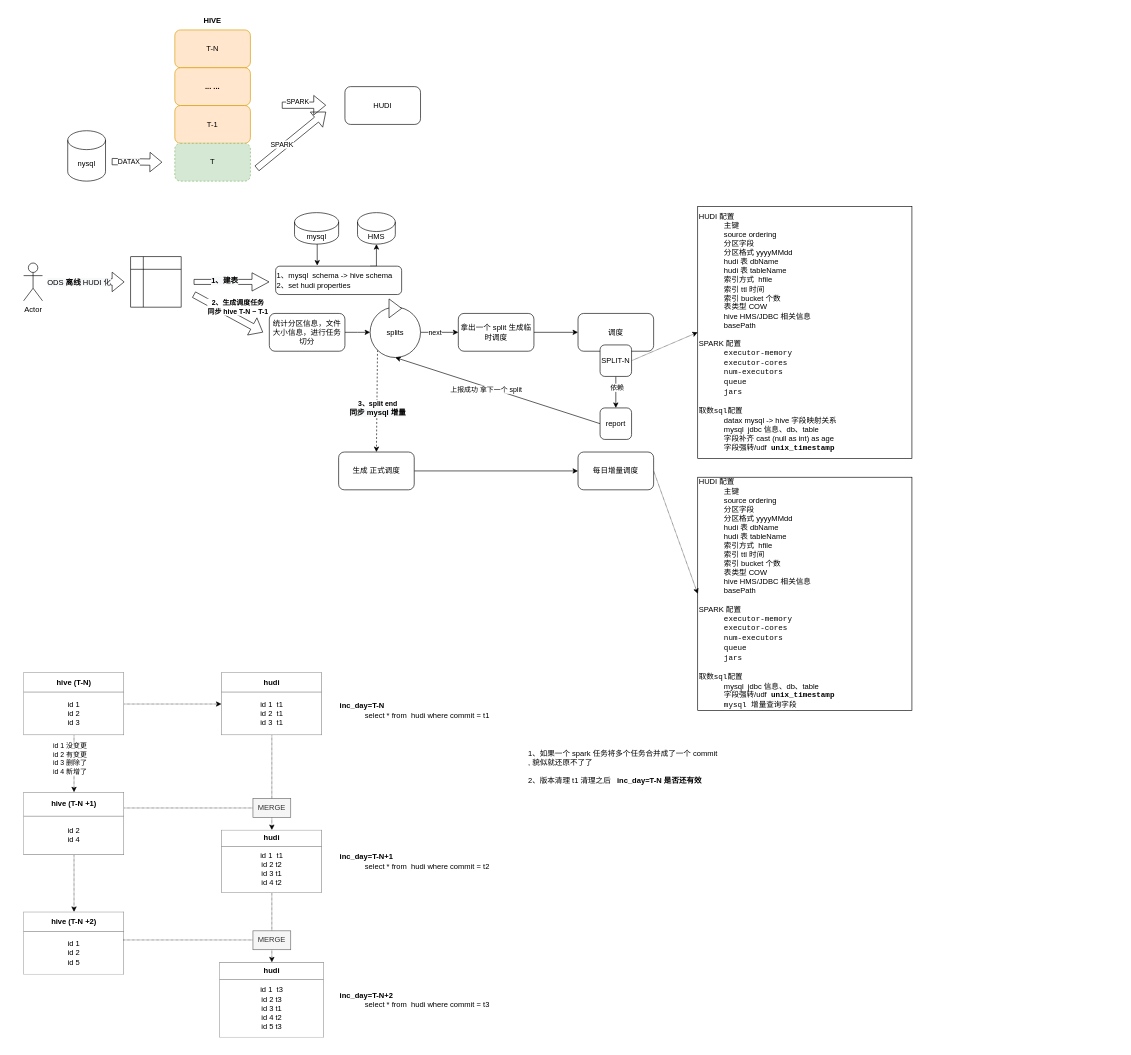
Earlier version of the draw.io diagram page "离线同步方案" (3 of 4) of Hudi schema evolution.drawio (loukey-lj/WX). Source tidied: cells renumbered, new cells numbered last; positions are measured from the earlier drawing's top-left corner, leaving out a move shared by most shapes. Both pictures are drawn from the tidied source at 63%, with x=0, y=0 at pixel (23, 11).
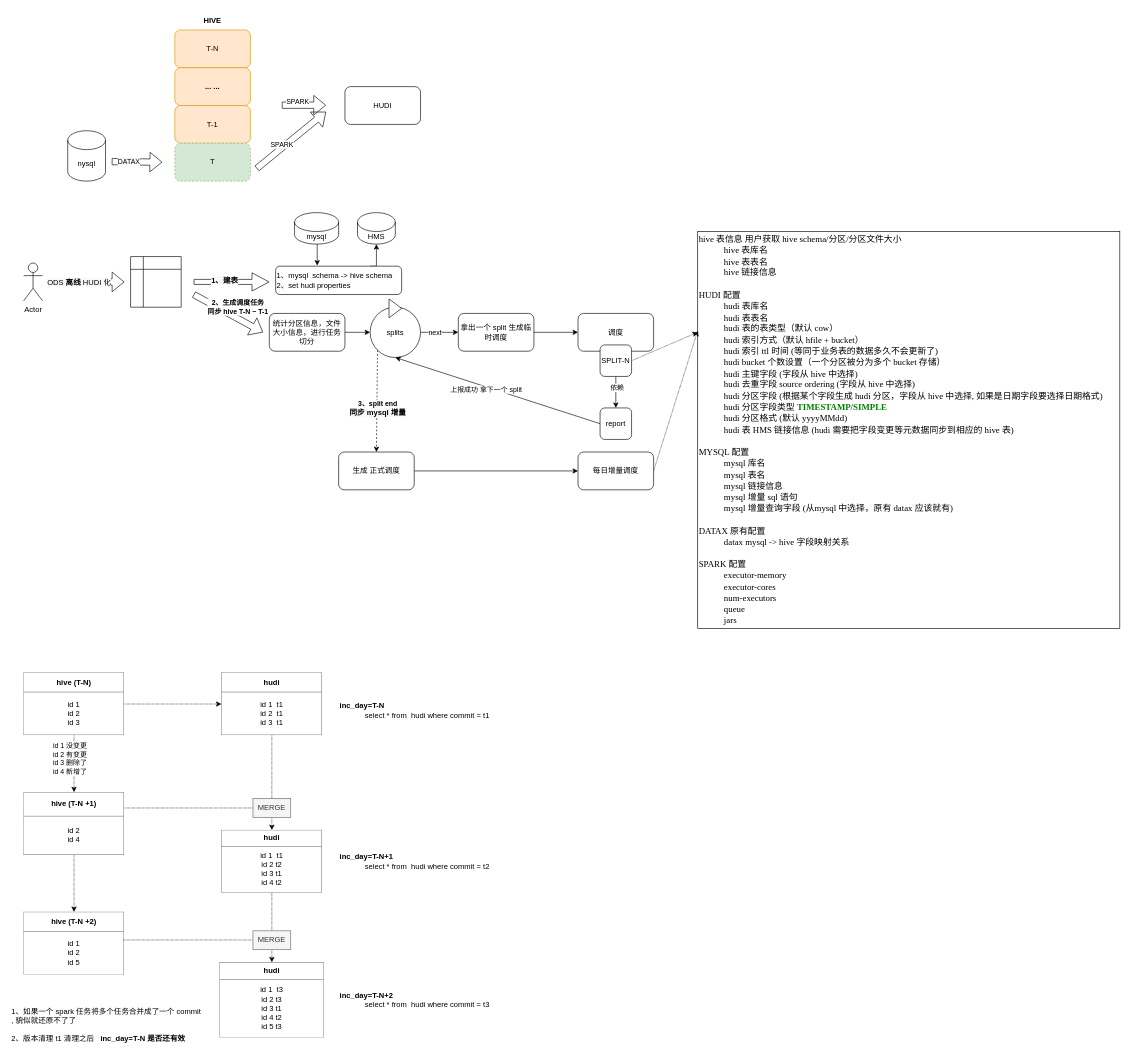
The same diagram, later.

Unchanged cells that the change refers to:
```xml
<mxCell id="43" value="SPLIT-N" style="rounded=1;whiteSpace=wrap;html=1;fontColor=#000000;strokeColor=default;" parent="1" vertex="1">
  <mxGeometry x="915" y="530" width="50" height="50" as="geometry" />
</mxCell>
<mxCell id="50" value="每日增量调度" style="rounded=1;whiteSpace=wrap;html=1;fontColor=#000000;strokeColor=default;" parent="1" vertex="1">
  <mxGeometry x="880" y="700" width="120" height="60" as="geometry" />
</mxCell>
```

What changed in the source:
```diff
@@
-    <mxCell id="15" value="HUDI 配置&lt;br&gt;&lt;blockquote style=&quot;margin: 0 0 0 40px; border: none; padding: 0px;&quot;&gt;主键&lt;br&gt;source ordering&lt;br&gt;分区字段&lt;br&gt;分区格式 yyyyMMdd&lt;/blockquote&gt;&lt;blockquote style=&quot;margin: 0 0 0 40px; border: none; padding: 0px;&quot;&gt;hudi 表 dbName&lt;br&gt;hudi 表 tableName&lt;/blockquote&gt;&lt;blockquote style=&quot;margin: 0 0 0 40px; border: none; padding: 0px;&quot;&gt;索引方式&amp;nbsp; hfile&amp;nbsp;&amp;nbsp;&lt;br&gt;索引 ttl 时间&lt;br&gt;索引 bucket 个数&lt;/blockquote&gt;&lt;blockquote style=&quot;margin: 0 0 0 40px; border: none; padding: 0px;&quot;&gt;表类型 COW&lt;/blockquote&gt;&lt;blockquote style=&quot;margin: 0 0 0 40px; border: none; padding: 0px;&quot;&gt;hive HMS/JDBC 相关信息&lt;br&gt;basePath&lt;/blockquote&gt;&lt;br&gt;SPARK 配置&lt;br&gt;&lt;blockquote style=&quot;margin: 0 0 0 40px; border: none; padding: 0px;&quot;&gt;&lt;span style=&quot;background-color: rgb(255, 255, 255); font-family: &amp;quot;Courier New&amp;quot;; font-size: 9pt;&quot;&gt;executor-memory&lt;br&gt;&lt;/span&gt;&lt;span style=&quot;background-color: rgb(255, 255, 255); font-family: &amp;quot;Courier New&amp;quot;; font-size: 9pt;&quot;&gt;executor-cores&lt;br&gt;&lt;/span&gt;&lt;span style=&quot;background-color: rgb(255, 255, 255); font-family: &amp;quot;Courier New&amp;quot;; font-size: 9pt;&quot;&gt;num-executors&lt;br&gt;&lt;/span&gt;&lt;span style=&quot;background-color: rgb(255, 255, 255); font-family: &amp;quot;Courier New&amp;quot;; font-size: 9pt;&quot;&gt;queue&lt;/span&gt;&lt;/blockquote&gt;&lt;blockquote style=&quot;margin: 0 0 0 40px; border: none; padding: 0px;&quot;&gt;&lt;span style=&quot;background-color: rgb(255, 255, 255); font-family: &amp;quot;Courier New&amp;quot;; font-size: 9pt;&quot;&gt;jars&lt;/span&gt;&lt;/blockquote&gt;&lt;blockquote style=&quot;margin: 0 0 0 40px; border: none; padding: 0px;&quot;&gt;&lt;span style=&quot;background-color: rgb(255, 255, 255); font-family: &amp;quot;Courier New&amp;quot;; font-size: 9pt;&quot;&gt;&lt;br&gt;&lt;/span&gt;&lt;/blockquote&gt;&lt;font face=&quot;Courier New&quot;&gt;&lt;span style=&quot;background-color: rgb(255, 255, 255);&quot;&gt;取数sql配置&lt;br&gt;&lt;span style=&quot;&quot;&gt; &lt;/span&gt;&lt;/span&gt;&lt;/font&gt;&lt;blockquote style=&quot;margin: 0 0 0 40px; border: none; padding: 0px;&quot;&gt;datax mysql -&amp;gt; hive 字段映射关系&lt;br&gt;&lt;span style=&quot;background-color: initial;&quot;&gt;mysql&amp;nbsp; jdbc 信息、db、table&lt;br&gt;&lt;/span&gt;&lt;span style=&quot;background-color: initial;&quot;&gt;字段补齐 cast (null as int) as age&lt;br&gt;&lt;/span&gt;&lt;span style=&quot;background-color: initial;&quot;&gt;字段强转/udf&amp;nbsp;&amp;nbsp;&lt;/span&gt;&lt;span style=&quot;font-weight: bold; background-color: rgb(255, 255, 255); font-family: &amp;quot;Courier New&amp;quot;; font-size: 9pt;&quot;&gt;unix_timestamp&lt;/span&gt;&lt;/blockquote&gt;" style="text;html=1;strokeColor=default;fillColor=none;align=left;verticalAlign=middle;whiteSpace=wrap;rounded=0;" parent="1" vertex="1">
-      <mxGeometry x="1070" y="310" width="340" height="400" as="geometry" />
-    </mxCell>
@@
-    <mxCell id="42" style="edgeStyle=none;rounded=0;jettySize=auto;html=1;exitX=1;exitY=0.5;exitDx=0;exitDy=0;entryX=0;entryY=0.5;entryDx=0;entryDy=0;fontColor=#000000;dashed=1;dashPattern=1 1;" parent="1" edge="1" source="43" target="15">
-      <mxGeometry relative="1" as="geometry" />
+    <mxCell id="42" style="edgeStyle=none;rounded=0;jettySize=auto;html=1;exitX=1;exitY=0.5;exitDx=0;exitDy=0;entryX=0;entryY=0.5;entryDx=0;entryDy=0;fontColor=#000000;dashed=1;dashPattern=1 1;" parent="1" edge="1" source="43">
+      <mxGeometry relative="1" as="geometry">
+        <mxPoint x="1070" y="510" as="targetPoint" />
+      </mxGeometry>
     </mxCell>
@@
-    <mxCell id="49" style="edgeStyle=none;rounded=0;jettySize=auto;html=1;exitX=1;exitY=0.5;exitDx=0;exitDy=0;entryX=0;entryY=0.5;entryDx=0;entryDy=0;dashed=1;dashPattern=1 1;fontColor=#000000;" parent="1" edge="1" source="50" target="51">
+    <mxCell id="49" style="edgeStyle=none;rounded=0;jettySize=auto;html=1;exitX=1;exitY=0.5;exitDx=0;exitDy=0;entryX=0;entryY=0.25;entryDx=0;entryDy=0;dashed=1;dashPattern=1 1;fontColor=#000000;" parent="1" edge="1" source="50" target="73">
       <mxGeometry relative="1" as="geometry" />
     </mxCell>
@@
-    <mxCell id="51" value="HUDI 配置&lt;br&gt;&lt;blockquote style=&quot;margin: 0 0 0 40px; border: none; padding: 0px;&quot;&gt;主键&lt;br&gt;source ordering&lt;br&gt;分区字段&lt;br&gt;分区格式 yyyyMMdd&lt;/blockquote&gt;&lt;blockquote style=&quot;margin: 0 0 0 40px; border: none; padding: 0px;&quot;&gt;hudi 表 dbName&lt;br&gt;hudi 表 tableName&lt;/blockquote&gt;&lt;blockquote style=&quot;margin: 0 0 0 40px; border: none; padding: 0px;&quot;&gt;索引方式&amp;nbsp; hfile&amp;nbsp;&amp;nbsp;&lt;br&gt;索引 ttl 时间&lt;br&gt;索引 bucket 个数&lt;/blockquote&gt;&lt;blockquote style=&quot;margin: 0 0 0 40px; border: none; padding: 0px;&quot;&gt;表类型 COW&lt;/blockquote&gt;&lt;blockquote style=&quot;margin: 0 0 0 40px; border: none; padding: 0px;&quot;&gt;hive HMS/JDBC 相关信息&lt;br&gt;basePath&lt;/blockquote&gt;&lt;blockquote style=&quot;margin: 0 0 0 40px; border: none; padding: 0px;&quot;&gt;&lt;/blockquote&gt;&lt;br&gt;SPARK 配置&lt;br&gt;&lt;blockquote style=&quot;margin: 0 0 0 40px; border: none; padding: 0px;&quot;&gt;&lt;span style=&quot;background-color: rgb(255, 255, 255); font-family: &amp;quot;Courier New&amp;quot;; font-size: 9pt;&quot;&gt;executor-memory&lt;br&gt;&lt;/span&gt;&lt;span style=&quot;background-color: rgb(255, 255, 255); font-family: &amp;quot;Courier New&amp;quot;; font-size: 9pt;&quot;&gt;executor-cores&lt;br&gt;&lt;/span&gt;&lt;span style=&quot;background-color: rgb(255, 255, 255); font-family: &amp;quot;Courier New&amp;quot;; font-size: 9pt;&quot;&gt;num-executors&lt;br&gt;&lt;/span&gt;&lt;span style=&quot;background-color: rgb(255, 255, 255); font-family: &amp;quot;Courier New&amp;quot;; font-size: 9pt;&quot;&gt;queue&lt;/span&gt;&lt;/blockquote&gt;&lt;blockquote style=&quot;margin: 0 0 0 40px; border: none; padding: 0px;&quot;&gt;&lt;span style=&quot;font-family: &amp;quot;Courier New&amp;quot;; background-color: rgb(255, 255, 255);&quot;&gt;jars&lt;/span&gt;&lt;br&gt;&lt;/blockquote&gt;&lt;blockquote style=&quot;margin: 0 0 0 40px; border: none; padding: 0px;&quot;&gt;&lt;span style=&quot;background-color: rgb(255, 255, 255); font-family: &amp;quot;Courier New&amp;quot;; font-size: 9pt;&quot;&gt;&lt;br&gt;&lt;/span&gt;&lt;/blockquote&gt;&lt;font face=&quot;Courier New&quot;&gt;&lt;span style=&quot;background-color: rgb(255, 255, 255);&quot;&gt;取数sql配置&lt;br&gt;&lt;span style=&quot;&quot;&gt; &lt;/span&gt;&lt;/span&gt;&lt;/font&gt;&lt;blockquote style=&quot;margin: 0 0 0 40px; border: none; padding: 0px;&quot;&gt;&lt;span style=&quot;background-color: initial;&quot;&gt;mysql&amp;nbsp; jdbc 信息、db、table&lt;br&gt;&lt;/span&gt;&lt;span style=&quot;background-color: initial;&quot;&gt;字段强转/udf&amp;nbsp;&amp;nbsp;&lt;/span&gt;&lt;span style=&quot;background-color: rgb(255, 255, 255); font-family: &amp;quot;Courier New&amp;quot;; font-size: 9pt;&quot;&gt;&lt;b&gt;unix_timestamp&lt;/b&gt;&lt;br&gt;mysql 增量查询字段&lt;/span&gt;&lt;/blockquote&gt;" style="text;html=1;strokeColor=default;fillColor=none;align=left;verticalAlign=middle;whiteSpace=wrap;rounded=0;" parent="1" vertex="1">
-      <mxGeometry x="1070" y="740" width="340" height="370" as="geometry" />
-    </mxCell>
@@
     <mxCell id="71" value="&lt;div style=&quot;text-align: left;&quot;&gt;&lt;span style=&quot;background-color: initial;&quot;&gt;1、如果一个 spark 任务将多个任务合并成了一个 commit , 貌似就还原不了了&lt;/span&gt;&lt;/div&gt;&lt;div style=&quot;text-align: left;&quot;&gt;&lt;br&gt;&lt;/div&gt;&lt;div style=&quot;text-align: left;&quot;&gt;&lt;span style=&quot;background-color: initial;&quot;&gt;2、版本清理 t1 清理之后&amp;nbsp; &amp;nbsp;&lt;/span&gt;&lt;b style=&quot;background-color: initial;&quot;&gt;inc_day=T-N 是否还有效&lt;/b&gt;&lt;/div&gt;" style="text;html=1;strokeColor=none;fillColor=none;align=center;verticalAlign=middle;whiteSpace=wrap;rounded=0;fontColor=#000000;" parent="1" vertex="1">
-      <mxGeometry x="800" y="1170" width="305" height="60" as="geometry" />
+      <mxGeometry x="-20" y="1580" width="305" height="60" as="geometry" />
     </mxCell>
@@
+    <mxCell id="73" value="&lt;font face=&quot;Times New Roman&quot; style=&quot;font-size: 14px;&quot;&gt;hive 表信息 用户获取 hive schema/分区/分区文件大小&lt;br style=&quot;font-size: 14px;&quot;&gt; &lt;/font&gt;&lt;blockquote style=&quot;margin: 0px 0px 0px 40px; border: none; padding: 0px; font-size: 14px;&quot;&gt;&lt;/blockquote&gt;&lt;blockquote style=&quot;margin: 0px 0px 0px 40px; border: none; padding: 0px; font-size: 14px;&quot;&gt;&lt;font face=&quot;Times New Roman&quot; style=&quot;font-size: 14px;&quot;&gt;&lt;span style=&quot;background-color: initial; font-size: 14px;&quot;&gt;hive 表库名&lt;br style=&quot;font-size: 14px;&quot;&gt;&lt;/span&gt;hive 表表名&amp;nbsp;&lt;br style=&quot;font-size: 14px;&quot;&gt;hive 链接信息&lt;/font&gt;&lt;/blockquote&gt;&lt;font face=&quot;Times New Roman&quot; style=&quot;font-size: 14px;&quot;&gt;&lt;span style=&quot;font-size: 14px;&quot;&gt; &lt;/span&gt;&lt;br style=&quot;font-size: 14px;&quot;&gt;HUDI 配置&lt;br style=&quot;font-size: 14px;&quot;&gt;&lt;/font&gt;&lt;blockquote style=&quot;margin: 0px 0px 0px 40px; border: none; padding: 0px; font-size: 14px;&quot;&gt;&lt;font face=&quot;Times New Roman&quot; style=&quot;font-size: 14px;&quot;&gt;hudi 表库名&lt;br style=&quot;font-size: 14px;&quot;&gt;hudi 表表名&lt;br style=&quot;font-size: 14px;&quot;&gt;hudi 表的表类型（默认 cow）&lt;br style=&quot;font-size: 14px;&quot;&gt;hudi 索引方式（默认 hfile + bucket）&lt;br style=&quot;font-size: 14px;&quot;&gt;&lt;span style=&quot;background-color: initial; font-size: 14px;&quot;&gt;hudi 索引 ttl 时间 (等同于业务表的数据多久不会更新了)&lt;br style=&quot;font-size: 14px;&quot;&gt;&lt;/span&gt;&lt;span style=&quot;background-color: initial; font-size: 14px;&quot;&gt;hudi bucket 个数设置（一个分区被分为多个 bucket 存储）&lt;br style=&quot;font-size: 14px;&quot;&gt;&lt;/span&gt;&lt;span style=&quot;background-color: initial; font-size: 14px;&quot;&gt;hudi 主键字段 (字段从 hive 中选择)&lt;br style=&quot;font-size: 14px;&quot;&gt;&lt;/span&gt;hudi 去重字段 source ordering&amp;nbsp;(字段从 hive 中选择)&lt;br style=&quot;font-size: 14px;&quot;&gt;&lt;span style=&quot;background-color: initial; font-size: 14px;&quot;&gt;hudi 分区字段&amp;nbsp;&lt;/span&gt;(根据某个字段生成 hudi 分区，字段从 hive 中选择, 如果是日期字段要选择日期格式)&lt;br style=&quot;font-size: 14px;&quot;&gt;hudi 分区字段类型&amp;nbsp;&lt;span style=&quot;color: rgb(0, 128, 0); font-weight: bold; background-color: rgb(255, 255, 255); font-size: 14px;&quot;&gt;TIMESTAMP/&lt;/span&gt;&lt;span style=&quot;color: rgb(0, 128, 0); font-weight: bold; background-color: rgb(255, 255, 255); font-size: 14px;&quot;&gt;SIMPLE&lt;br style=&quot;font-size: 14px;&quot;&gt;&lt;/span&gt;hudi 分区格式 (默认 yyyyMMdd)&lt;br style=&quot;font-size: 14px;&quot;&gt;hudi 表 HMS 链接信息 (hudi 需要把字段变更等元数据同步到相应的 hive 表)&lt;/font&gt;&lt;/blockquote&gt;&lt;blockquote style=&quot;margin: 0px 0px 0px 40px; border: none; padding: 0px; font-size: 14px;&quot;&gt;&lt;font face=&quot;Times New Roman&quot; style=&quot;font-size: 14px;&quot;&gt;&lt;br style=&quot;font-size: 14px;&quot;&gt;&lt;/font&gt;&lt;/blockquote&gt;&lt;blockquote style=&quot;margin: 0px 0px 0px 40px; border: none; padding: 0px; font-size: 14px;&quot;&gt;&lt;/blockquote&gt;&lt;blockquote style=&quot;margin: 0px 0px 0px 40px; border: none; padding: 0px; font-size: 14px;&quot;&gt;&lt;/blockquote&gt;&lt;blockquote style=&quot;margin: 0px 0px 0px 40px; border: none; padding: 0px; font-size: 14px;&quot;&gt;&lt;/blockquote&gt;&lt;font face=&quot;Times New Roman&quot; style=&quot;font-size: 14px;&quot;&gt;MYSQL 配置&lt;br style=&quot;font-size: 14px;&quot;&gt;&lt;/font&gt;&lt;blockquote style=&quot;margin: 0px 0px 0px 40px; border: none; padding: 0px; font-size: 14px;&quot;&gt;&lt;font face=&quot;Times New Roman&quot; style=&quot;font-size: 14px;&quot;&gt;mysql 库名&lt;br style=&quot;font-size: 14px;&quot;&gt;mysql 表名&lt;br style=&quot;font-size: 14px;&quot;&gt;mysql 链接信息&lt;br style=&quot;font-size: 14px;&quot;&gt;mysql 增量 sql 语句&lt;br style=&quot;font-size: 14px;&quot;&gt;mysql 增量查询字段 (从mysql 中选择，原有 datax 应该就有)&lt;/font&gt;&lt;/blockquote&gt;&lt;blockquote style=&quot;margin: 0px 0px 0px 40px; border: none; padding: 0px; font-size: 14px;&quot;&gt;&lt;font face=&quot;Times New Roman&quot; style=&quot;font-size: 14px;&quot;&gt;&lt;br style=&quot;font-size: 14px;&quot;&gt;&lt;/font&gt;&lt;/blockquote&gt;&lt;font face=&quot;Times New Roman&quot; style=&quot;font-size: 14px;&quot;&gt;DATAX 原有配置&lt;br style=&quot;font-size: 14px;&quot;&gt;&lt;/font&gt;&lt;blockquote style=&quot;margin: 0px 0px 0px 40px; border: none; padding: 0px; font-size: 14px;&quot;&gt;&lt;font face=&quot;Times New Roman&quot; style=&quot;font-size: 14px;&quot;&gt;datax mysql -&amp;gt; hive 字段映射关系&lt;/font&gt;&lt;/blockquote&gt;&lt;blockquote style=&quot;margin: 0px 0px 0px 40px; border: none; padding: 0px; font-size: 14px;&quot;&gt;&lt;font face=&quot;Times New Roman&quot; style=&quot;font-size: 14px;&quot;&gt;&lt;br style=&quot;font-size: 14px;&quot;&gt;&lt;/font&gt;&lt;/blockquote&gt;&lt;font face=&quot;Times New Roman&quot; style=&quot;font-size: 14px;&quot;&gt;SPARK 配置&lt;br style=&quot;font-size: 14px;&quot;&gt;&lt;/font&gt;&lt;blockquote style=&quot;margin: 0px 0px 0px 40px; border: none; padding: 0px; font-size: 14px;&quot;&gt;&lt;font face=&quot;Times New Roman&quot; style=&quot;font-size: 14px;&quot;&gt;&lt;span style=&quot;background-color: rgb(255, 255, 255); font-size: 14px;&quot;&gt;executor-memory&lt;br style=&quot;font-size: 14px;&quot;&gt;&lt;/span&gt;&lt;span style=&quot;background-color: rgb(255, 255, 255); font-size: 14px;&quot;&gt;executor-cores&lt;br style=&quot;font-size: 14px;&quot;&gt;&lt;/span&gt;&lt;span style=&quot;background-color: rgb(255, 255, 255); font-size: 14px;&quot;&gt;num-executors&lt;br style=&quot;font-size: 14px;&quot;&gt;&lt;/span&gt;&lt;span style=&quot;background-color: rgb(255, 255, 255); font-size: 14px;&quot;&gt;queue&lt;/span&gt;&lt;/font&gt;&lt;/blockquote&gt;&lt;blockquote style=&quot;margin: 0px 0px 0px 40px; border: none; padding: 0px; font-size: 14px;&quot;&gt;&lt;span style=&quot;background-color: rgb(255, 255, 255); font-size: 14px;&quot;&gt;&lt;font face=&quot;Times New Roman&quot; style=&quot;font-size: 14px;&quot;&gt;jars&lt;/font&gt;&lt;/span&gt;&lt;/blockquote&gt;&lt;blockquote style=&quot;margin: 0px 0px 0px 40px; border: none; padding: 0px; font-size: 14px;&quot;&gt;&lt;/blockquote&gt;" style="text;html=1;strokeColor=default;fillColor=none;align=left;verticalAlign=middle;whiteSpace=wrap;rounded=0;fontSize=14;" parent="1" vertex="1">
+      <mxGeometry x="1070" y="350" width="670" height="630" as="geometry" />
+    </mxCell>
```
